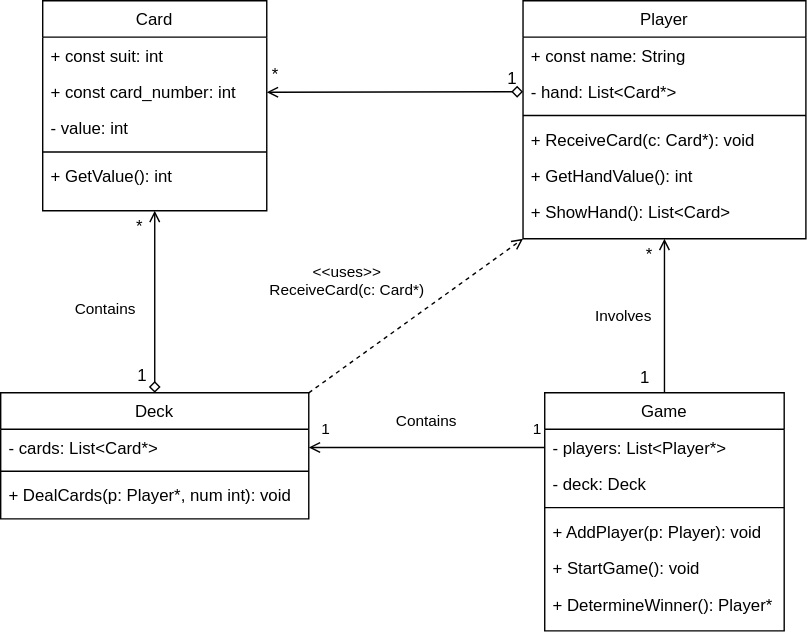
This is assets/Domain model.drawio.svg from Morsianeren/DeifExercisePublic, a draw.io export, as it was before one commit. Source tidied: cells renumbered, new cells last; positions are measured from the earlier drawing's top-left corner, leaving out a move shared by most shapes.
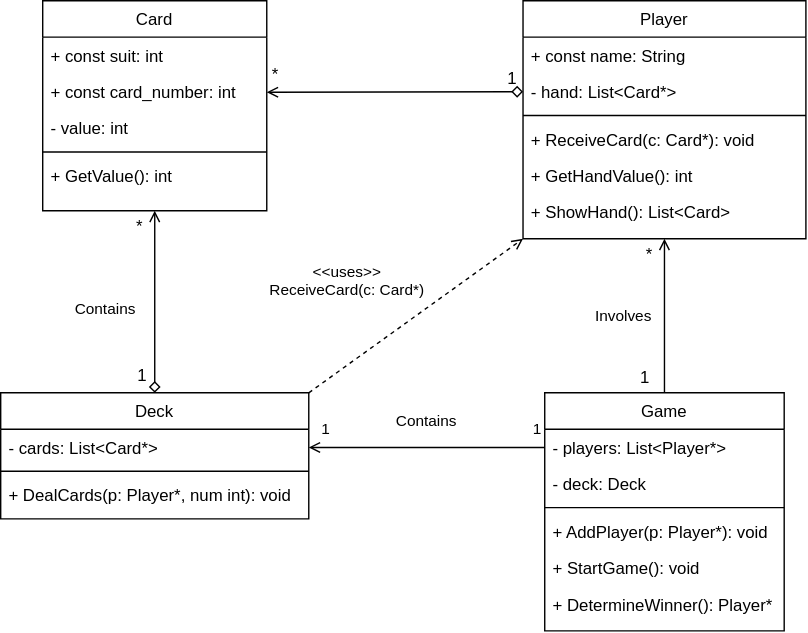
Later version of the same file.

Commit message:
Fix: Wrong syntan in domain model

The edit, as a diff of the source:
```diff
@@ -65,7 +65,7 @@
     <mxCell id="22" style="line;html=1;strokeWidth=1;align=left;verticalAlign=middle;spacingTop=-1;spacingLeft=3;spacingRight=3;labelPosition=right;" parent="19" vertex="1">
       <mxGeometry y="78" width="171" height="8" as="geometry" />
     </mxCell>
-    <mxCell id="23" value="+ AddPlayer(p: Player): void" style="text;align=left;verticalAlign=top;spacingLeft=4;spacingRight=4;overflow=hidden;" parent="19" vertex="1">
+    <mxCell id="23" value="+ AddPlayer(p: Player*): void" style="text;align=left;verticalAlign=top;spacingLeft=4;spacingRight=4;overflow=hidden;" parent="19" vertex="1">
       <mxGeometry y="86" width="171" height="26" as="geometry" />
     </mxCell>
     <mxCell id="24" value="+ StartGame(): void" style="text;align=left;verticalAlign=top;spacingLeft=4;spacingRight=4;overflow=hidden;" parent="19" vertex="1">
```
